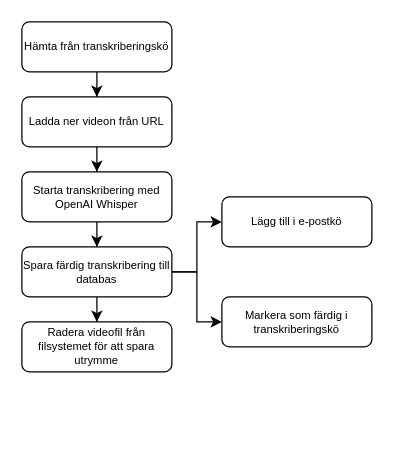
seffradev/youtube-transcription-service keeps this draw.io diagram as docs/images/transcription-flowchart.drawio. Above is the earlier version. Source tidied: cells renumbered, new cells numbered last; positions are measured from the earlier drawing's top-left corner, leaving out a move shared by most shapes. Both pictures are drawn from the tidied source at 125%, with x=0, y=0 at pixel (21, 21).
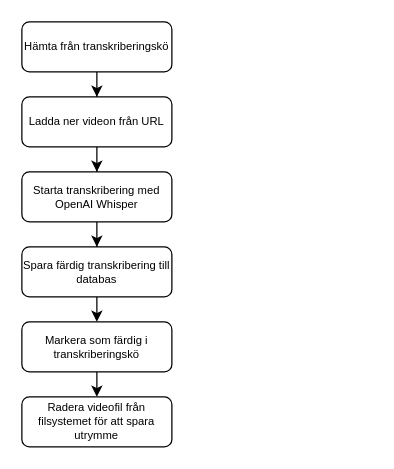
The same diagram, later.

Diff of the diagram source:
```diff
@@
 <mxGraphModel>
   <root>
     <mxCell id="0" />
     <mxCell id="1" parent="0" />
     <mxCell id="2" style="edgeStyle=orthogonalEdgeStyle;rounded=0;jettySize=auto;html=1;" parent="1" edge="1" source="3" target="5">
       <mxGeometry relative="1" as="geometry" />
     </mxCell>
     <mxCell id="3" value="Hämta från transkriberingskö" style="rounded=1;whiteSpace=wrap;html=1;fontSize=9;glass=0;strokeWidth=1;shadow=0;" parent="1" vertex="1">
       <mxGeometry width="120" height="40" as="geometry" />
     </mxCell>
     <mxCell id="4" style="edgeStyle=orthogonalEdgeStyle;rounded=0;jettySize=auto;html=1;" parent="1" edge="1" source="5" target="7">
       <mxGeometry relative="1" as="geometry" />
     </mxCell>
     <mxCell id="5" value="Ladda ner videon från URL" style="rounded=1;whiteSpace=wrap;html=1;fontSize=9;glass=0;strokeWidth=1;shadow=0;" parent="1" vertex="1">
       <mxGeometry y="60" width="120" height="40" as="geometry" />
     </mxCell>
     <mxCell id="6" style="edgeStyle=orthogonalEdgeStyle;rounded=0;jettySize=auto;html=1;" parent="1" edge="1" source="7" target="11">
       <mxGeometry relative="1" as="geometry" />
     </mxCell>
     <mxCell id="7" value="Starta transkribering med OpenAI Whisper" style="rounded=1;whiteSpace=wrap;html=1;fontSize=9;glass=0;strokeWidth=1;shadow=0;" parent="1" vertex="1">
       <mxGeometry y="120" width="120" height="40" as="geometry" />
     </mxCell>
-    <mxCell id="8" style="edgeStyle=orthogonalEdgeStyle;rounded=0;jettySize=auto;html=1;" parent="1" edge="1" source="11" target="12">
-      <mxGeometry relative="1" as="geometry" />
-    </mxCell>
-    <mxCell id="9" style="edgeStyle=orthogonalEdgeStyle;rounded=0;jettySize=auto;html=1;" parent="1" edge="1" source="11" target="13">
-      <mxGeometry relative="1" as="geometry" />
-    </mxCell>
-    <mxCell id="10" style="edgeStyle=orthogonalEdgeStyle;rounded=0;jettySize=auto;html=1;exitX=1;exitY=0.5;exitDx=0;exitDy=0;entryX=0;entryY=0.5;entryDx=0;entryDy=0;" parent="1" edge="1" source="11" target="14">
+    <mxCell id="10" style="edgeStyle=orthogonalEdgeStyle;rounded=0;jettySize=auto;html=1;exitX=0.5;exitY=1;exitDx=0;exitDy=0;entryX=0.5;entryY=0;entryDx=0;entryDy=0;" parent="1" edge="1" source="11" target="14">
       <mxGeometry relative="1" as="geometry" />
     </mxCell>
     <mxCell id="11" value="Spara färdig transkribering till databas" style="rounded=1;whiteSpace=wrap;html=1;fontSize=9;glass=0;strokeWidth=1;shadow=0;" parent="1" vertex="1">
       <mxGeometry y="180" width="120" height="40" as="geometry" />
     </mxCell>
     <mxCell id="12" value="Radera videofil från filsystemet för att spara utrymme" style="rounded=1;whiteSpace=wrap;html=1;fontSize=9;glass=0;strokeWidth=1;shadow=0;" parent="1" vertex="1">
-      <mxGeometry y="240" width="120" height="40" as="geometry" />
+      <mxGeometry y="300" width="120" height="40" as="geometry" />
     </mxCell>
-    <mxCell id="13" value="Lägg till i e-postkö" style="rounded=1;whiteSpace=wrap;html=1;fontSize=9;glass=0;strokeWidth=1;shadow=0;" parent="1" vertex="1">
-      <mxGeometry x="160" y="140" width="120" height="40" as="geometry" />
-    </mxCell>
+    <mxCell id="15" style="edgeStyle=orthogonalEdgeStyle;rounded=0;jettySize=auto;html=1;exitX=0.5;exitY=1;exitDx=0;exitDy=0;entryX=0.5;entryY=0;entryDx=0;entryDy=0;" parent="1" edge="1" source="14" target="12">
+      <mxGeometry relative="1" as="geometry" />
+    </mxCell>
     <mxCell id="14" value="Markera som färdig i transkriberingskö" style="rounded=1;whiteSpace=wrap;html=1;fontSize=9;glass=0;strokeWidth=1;shadow=0;" parent="1" vertex="1">
-      <mxGeometry x="160" y="220" width="120" height="40" as="geometry" />
+      <mxGeometry y="240" width="120" height="40" as="geometry" />
     </mxCell>
   </root>
 </mxGraphModel>
```
